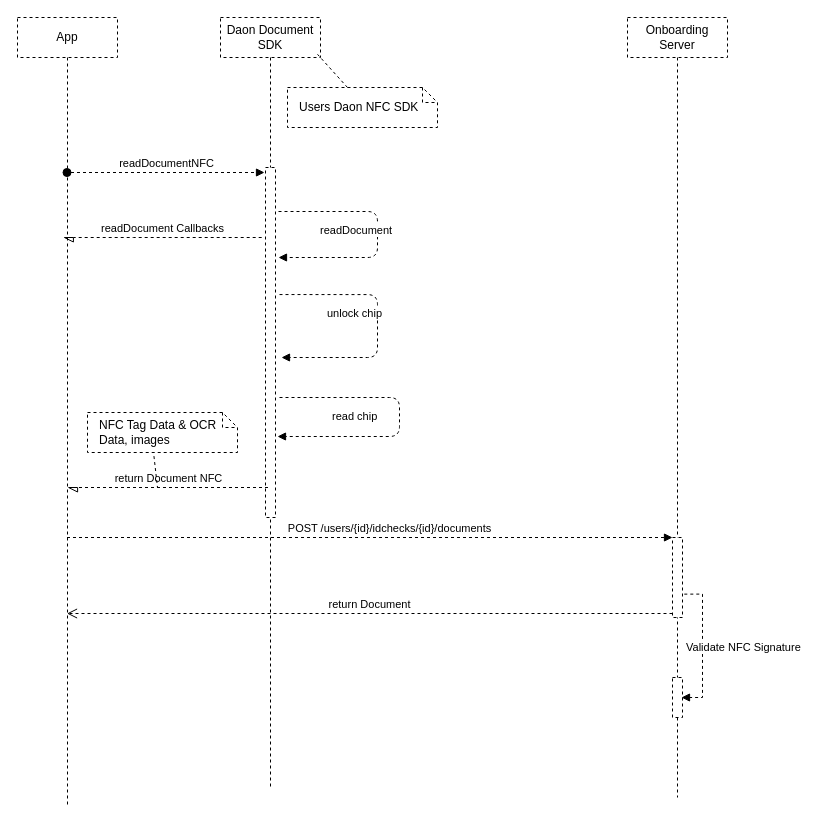
The draw.io diagram page "NFC Read Flow V1" (4 of 5) of document-sdk-v2.drawio in acorcoran-daon/api-documentation, before the edit. Source tidied: cells renumbered, new cells numbered last; positions are measured from the earlier drawing's top-left corner, leaving out a move shared by most shapes. Both pictures are drawn from the tidied source at 100%, with x=0, y=0 at pixel (17, 17).
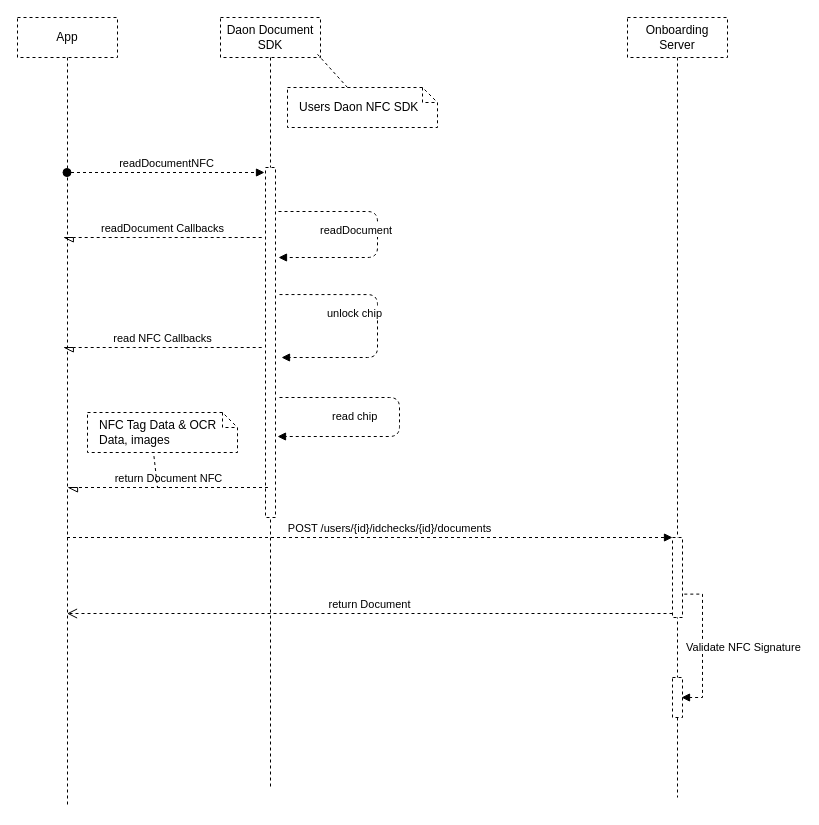
Above is the later version.

What changed in the source:
```diff
@@
+    <mxCell id="21" value="read NFC Callbacks" style="html=1;verticalAlign=bottom;endArrow=async;dashed=1;endSize=8;endFill=0;" parent="1" edge="1">
+      <mxGeometry relative="1" as="geometry">
+        <mxPoint x="244.2" y="330" as="sourcePoint" />
+        <mxPoint x="45.8" y="330" as="targetPoint" />
+        <Array as="points">
+          <mxPoint x="126.2" y="330" />
+        </Array>
+      </mxGeometry>
+    </mxCell>
```
